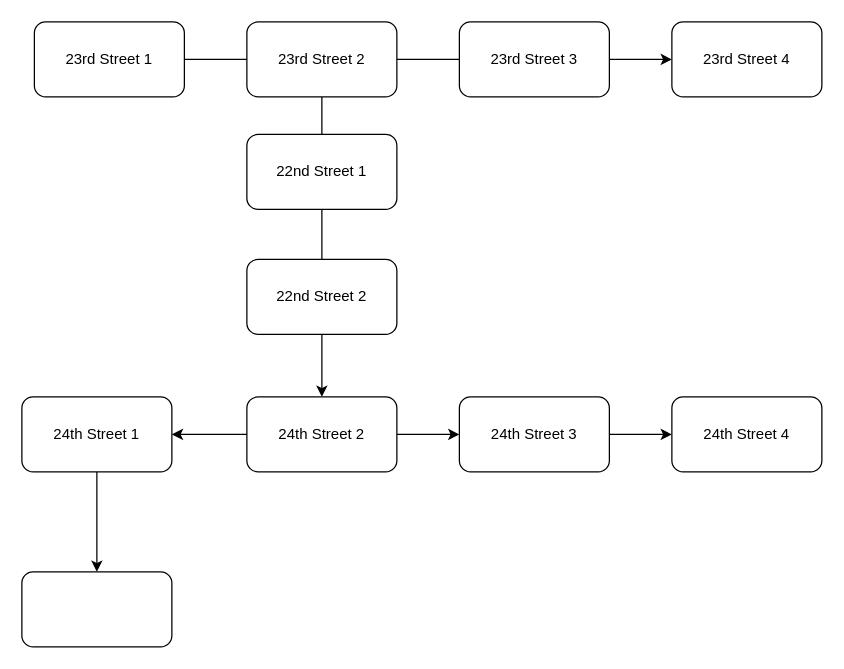
Earlier version of the draw.io diagram Slumerbs.drawio (michaelm142/Stick-Figure-Game). Source tidied: cells renumbered, new cells numbered last; positions are measured from the earlier drawing's top-left corner, leaving out a move shared by most shapes. Both pictures are drawn from the tidied source at 125%, with x=0, y=0 at pixel (21, 21).
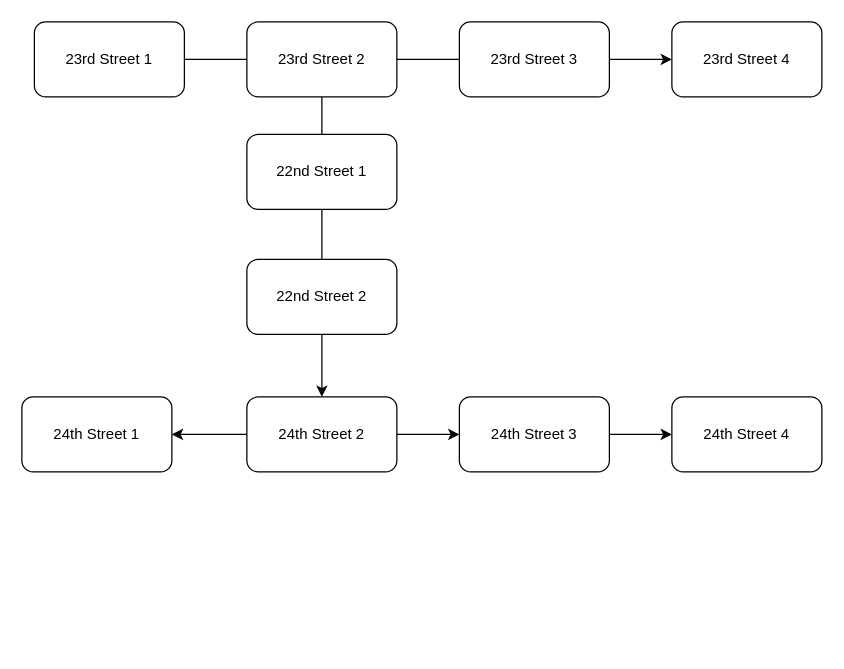
Above is the later version.

Unchanged cells that the change refers to:
```xml
<mxCell id="18" value="24th Street 1" style="rounded=1;whiteSpace=wrap;html=1;" parent="1" vertex="1">
  <mxGeometry y="300" width="120" height="60" as="geometry" />
</mxCell>
```

Change to the diagram source:
```diff
@@
-    <mxCell id="17" style="edgeStyle=orthogonalEdgeStyle;rounded=0;jettySize=auto;html=1;" parent="1" edge="1" source="18" target="22">
-      <mxGeometry relative="1" as="geometry" />
-    </mxCell>
@@
-    <mxCell id="22" style="whiteSpace=wrap;html=1;rounded=1;" parent="1" vertex="1">
-      <mxGeometry y="440" width="120" height="60" as="geometry" />
-    </mxCell>
```
